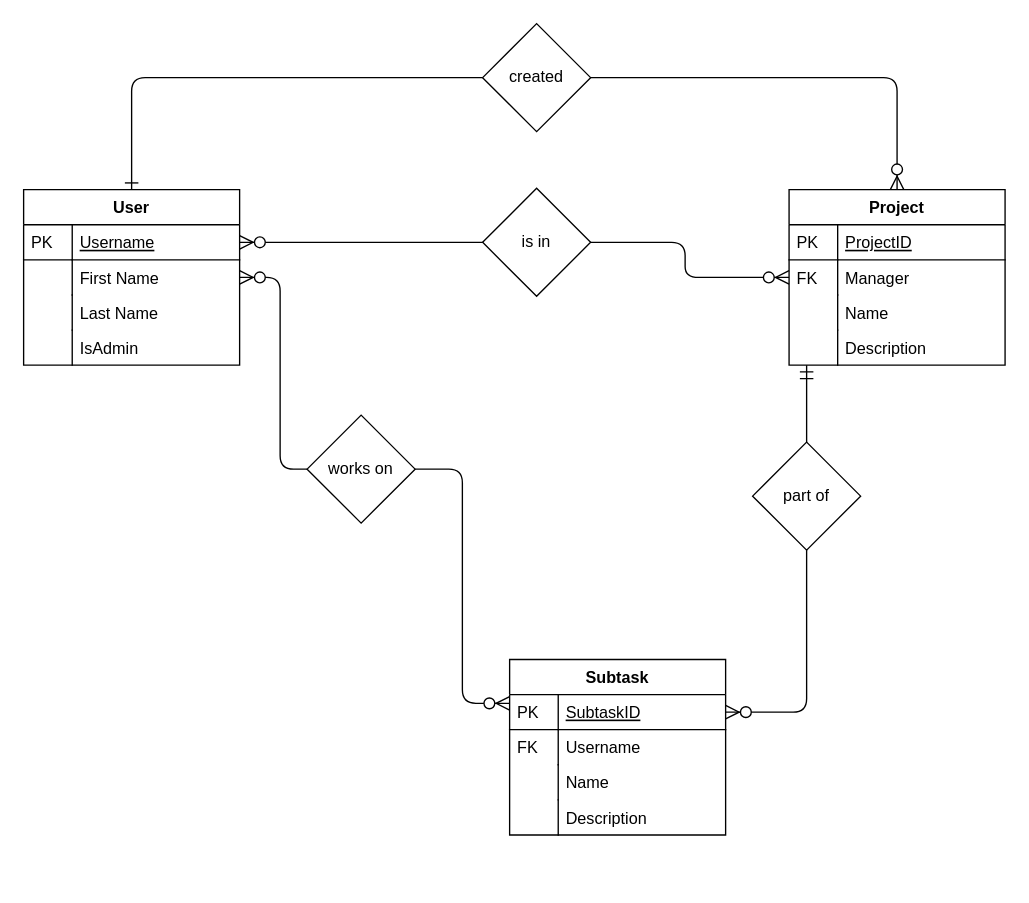
m24goller09/Webapplication keeps this draw.io diagram as documentation/ERdiagram.drawio. Above is the earlier version. Source tidied: cells renumbered, new cells numbered last; positions are measured from the earlier drawing's top-left corner, leaving out a move shared by most shapes. Both pictures are drawn from the tidied source at 135%, with x=0, y=0 at pixel (23, 23).
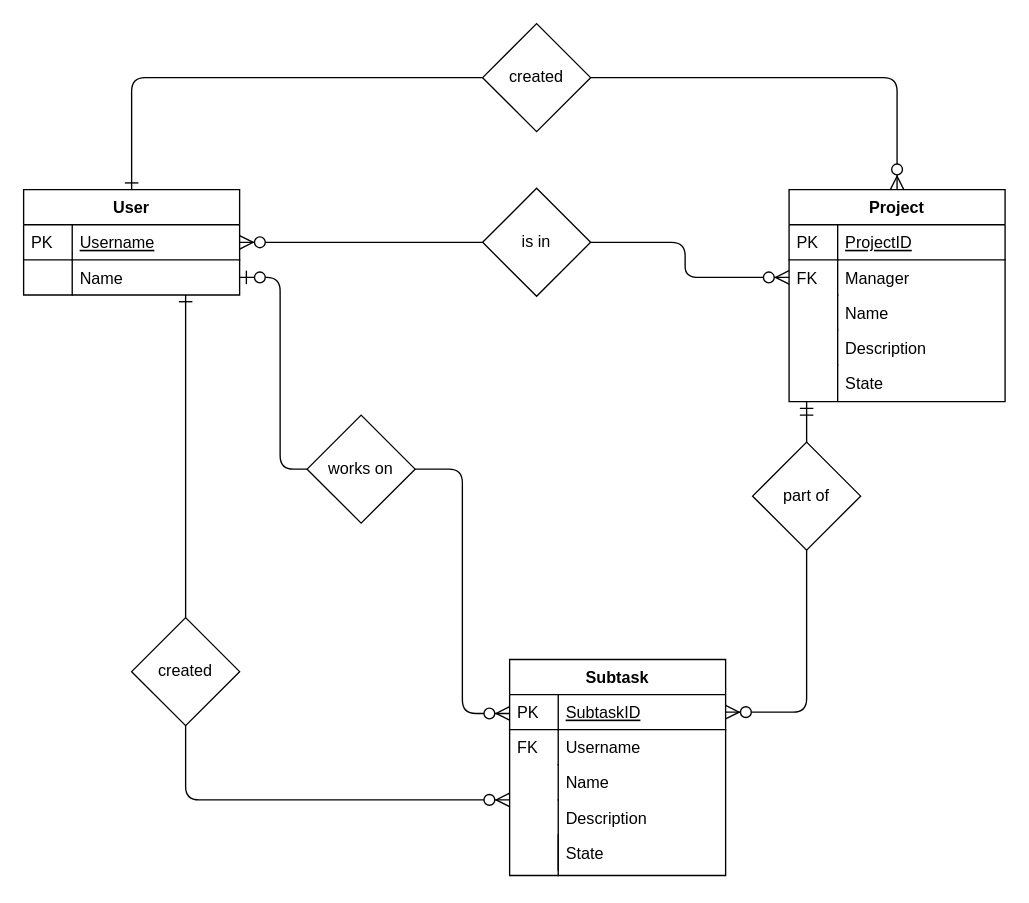
The same page after the edit.

Unchanged cells that the change refers to:
```xml
<mxCell id="37" value="works on" style="rhombus;whiteSpace=wrap;html=1;" parent="1" vertex="1">
  <mxGeometry x="210" y="290" width="80" height="80" as="geometry" />
</mxCell>
```

What changed in the source:
```diff
@@
     <mxCell id="4" value="User" style="swimlane;fontStyle=1;horizontal=1;startSize=26;rounded=0;shadow=0;strokeWidth=1;" parent="1" vertex="1">
-      <mxGeometry y="123" width="160" height="130" as="geometry" />
+      <mxGeometry y="123" width="160" height="78" as="geometry" />
     </mxCell>
@@
-    <mxCell id="7" value="First Name" style="shape=partialRectangle;top=0;left=0;right=0;bottom=0;align=left;verticalAlign=top;fillColor=none;spacingLeft=40;spacingRight=4;overflow=hidden;points=[[0,0.5],[1,0.5]];portConstraint=eastwest;rounded=0;shadow=0;strokeWidth=1;" parent="4" vertex="1">
+    <mxCell id="7" value="Name" style="shape=partialRectangle;top=0;left=0;right=0;bottom=0;align=left;verticalAlign=top;fillColor=none;spacingLeft=40;spacingRight=4;overflow=hidden;points=[[0,0.5],[1,0.5]];portConstraint=eastwest;rounded=0;shadow=0;strokeWidth=1;" parent="4" vertex="1">
       <mxGeometry y="52" width="160" height="26" as="geometry" />
     </mxCell>
@@
-    <mxCell id="9" value="Last Name" style="shape=partialRectangle;top=0;left=0;right=0;bottom=0;align=left;verticalAlign=top;fillColor=none;spacingLeft=40;spacingRight=4;overflow=hidden;rounded=0;shadow=0;strokeWidth=1;" parent="4" vertex="1">
-      <mxGeometry y="78" width="160" height="26" as="geometry" />
-    </mxCell>
-    <mxCell id="10" style="shape=partialRectangle;top=0;left=0;bottom=0;fillColor=none;align=left;verticalAlign=top;spacingLeft=4;spacingRight=4;overflow=hidden;" parent="9" vertex="1">
-      <mxGeometry width="36" height="26" as="geometry" />
-    </mxCell>
-    <mxCell id="11" value="IsAdmin" style="shape=partialRectangle;top=0;left=0;right=0;bottom=0;align=left;verticalAlign=top;fillColor=none;spacingLeft=40;spacingRight=4;overflow=hidden;rounded=0;shadow=0;strokeWidth=1;" parent="4" vertex="1">
-      <mxGeometry y="104" width="160" height="26" as="geometry" />
-    </mxCell>
-    <mxCell id="12" style="shape=partialRectangle;top=0;left=0;bottom=0;fillColor=none;align=left;verticalAlign=top;spacingLeft=4;spacingRight=4;overflow=hidden;" parent="11" vertex="1">
-      <mxGeometry width="36" height="26" as="geometry" />
-    </mxCell>
     <mxCell id="13" value="Project" style="swimlane;fontStyle=1;horizontal=1;startSize=26;rounded=0;shadow=0;strokeWidth=1;" parent="1" vertex="1">
-      <mxGeometry x="567" y="123" width="160" height="130" as="geometry" />
+      <mxGeometry x="567" y="123" width="160" height="157" as="geometry" />
     </mxCell>
@@
+    <mxCell id="39" value="State" style="shape=partialRectangle;top=0;left=0;right=0;bottom=0;align=left;verticalAlign=top;fillColor=none;spacingLeft=40;spacingRight=4;overflow=hidden;rounded=0;shadow=0;strokeWidth=1;" parent="13" vertex="1">
+      <mxGeometry y="130" width="160" height="26" as="geometry" />
+    </mxCell>
+    <mxCell id="40" style="shape=partialRectangle;top=0;left=0;bottom=0;fillColor=none;align=left;verticalAlign=top;spacingLeft=4;spacingRight=4;overflow=hidden;" parent="39" vertex="1">
+      <mxGeometry width="36" height="26" as="geometry" />
+    </mxCell>
     <mxCell id="22" value="Subtask" style="swimlane;fontStyle=1;horizontal=1;startSize=26;rounded=0;shadow=0;strokeWidth=1;" parent="1" vertex="1">
-      <mxGeometry x="360" y="471" width="160" height="130" as="geometry" />
+      <mxGeometry x="360" y="471" width="160" height="160" as="geometry" />
     </mxCell>
@@
     <mxCell id="29" value="Description" style="shape=partialRectangle;top=0;left=0;right=0;bottom=0;align=left;verticalAlign=top;fillColor=none;spacingLeft=40;spacingRight=4;overflow=hidden;rounded=0;shadow=0;strokeWidth=1;" parent="22" vertex="1">
-      <mxGeometry y="104" width="160" height="26" as="geometry" />
+      <mxGeometry y="104" width="160" height="56" as="geometry" />
     </mxCell>
     <mxCell id="30" style="shape=partialRectangle;top=0;left=0;bottom=0;fillColor=none;align=left;verticalAlign=top;spacingLeft=4;spacingRight=4;overflow=hidden;" parent="29" vertex="1">
-      <mxGeometry width="36" height="26" as="geometry" />
+      <mxGeometry width="36" height="56" as="geometry" />
     </mxCell>
@@
-    <mxCell id="33" style="endArrow=ERzeroToMany;html=1;exitX=0;exitY=0.5;exitDx=0;exitDy=0;entryX=1;entryY=0.5;entryDx=0;entryDy=0;edgeStyle=orthogonalEdgeStyle;startArrow=none;startFill=1;endFill=1;endSize=8;" parent="1" edge="1" source="37" target="7">
+    <mxCell id="33" style="endArrow=ERzeroToOne;html=1;exitX=0;exitY=0.5;exitDx=0;exitDy=0;entryX=1;entryY=0.5;entryDx=0;entryDy=0;edgeStyle=orthogonalEdgeStyle;startArrow=none;startFill=1;endFill=1;endSize=8;startSize=8;" parent="1" edge="1" source="37" target="7">
       <mxGeometry relative="1" as="geometry">
         <Array as="points">
           <mxPoint x="190" y="330" />
           <mxPoint x="190" y="188" />
         </Array>
       </mxGeometry>
     </mxCell>
@@
     <mxCell id="38" style="endArrow=none;html=1;exitX=0;exitY=0.25;exitDx=0;exitDy=0;entryX=1;entryY=0.5;entryDx=0;entryDy=0;edgeStyle=orthogonalEdgeStyle;startArrow=ERzeroToMany;startFill=1;endSize=8;startSize=8;" parent="1" edge="1" source="22" target="37">
       <mxGeometry relative="1" as="geometry">
         <Array as="points">
-          <mxPoint x="325" y="504" />
+          <mxPoint x="325" y="511" />
           <mxPoint x="325" y="330" />
         </Array>
       </mxGeometry>
     </mxCell>
+    <mxCell id="41" value="State" style="shape=partialRectangle;top=0;left=0;right=0;bottom=0;align=left;verticalAlign=top;fillColor=none;spacingLeft=40;spacingRight=4;overflow=hidden;rounded=0;shadow=0;strokeWidth=1;" parent="1" vertex="1">
+      <mxGeometry x="360" y="601" width="160" height="26" as="geometry" />
+    </mxCell>
+    <mxCell id="42" style="shape=partialRectangle;top=0;left=0;bottom=0;fillColor=none;align=left;verticalAlign=top;spacingLeft=4;spacingRight=4;overflow=hidden;" parent="41" vertex="1">
+      <mxGeometry width="36" height="26" as="geometry" />
+    </mxCell>
+    <mxCell id="43" style="endArrow=none;html=1;exitX=0.75;exitY=1;exitDx=0;exitDy=0;edgeStyle=orthogonalEdgeStyle;startArrow=ERone;startFill=0;endSize=6;startSize=8;entryX=0.5;entryY=0;entryDx=0;entryDy=0;" parent="1" edge="1" source="4" target="44">
+      <mxGeometry relative="1" as="geometry" />
+    </mxCell>
+    <mxCell id="44" value="created" style="rhombus;whiteSpace=wrap;html=1;" parent="1" vertex="1">
+      <mxGeometry x="80" y="440" width="80" height="80" as="geometry" />
+    </mxCell>
+    <mxCell id="45" style="endArrow=none;html=1;exitX=0.5;exitY=0;exitDx=0;exitDy=0;edgeStyle=orthogonalEdgeStyle;startArrow=ERzeroToMany;startFill=1;endSize=6;startSize=8;" parent="1" edge="1">
+      <mxGeometry relative="1" as="geometry">
+        <mxPoint x="360" y="575" as="sourcePoint" />
+        <mxPoint x="120" y="520" as="targetPoint" />
+        <Array as="points">
+          <mxPoint x="120" y="575" />
+        </Array>
+      </mxGeometry>
+    </mxCell>
```
